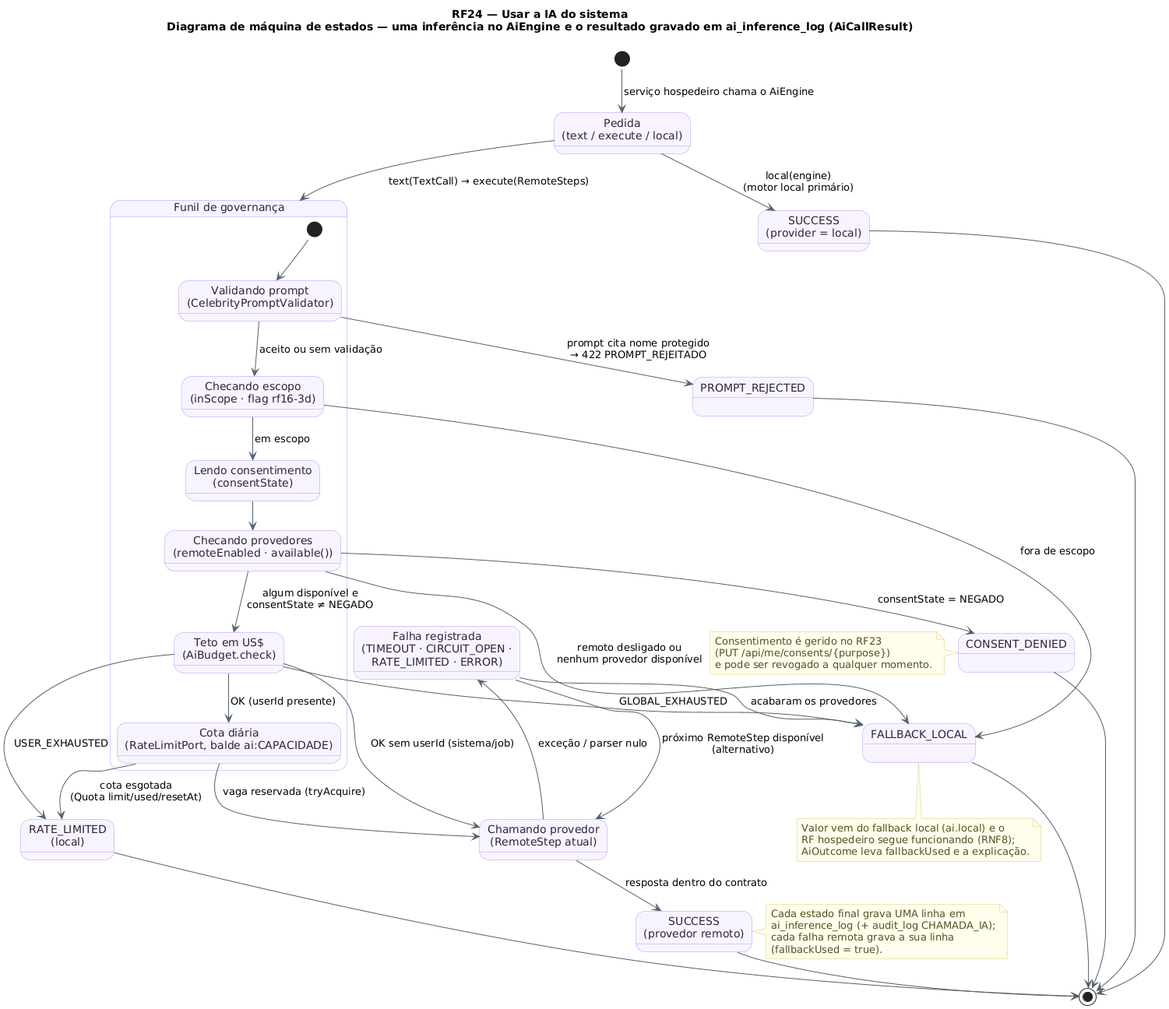
Above: docs/diagramas/RF24/RF24_MaquinaDeEstados_Inferencia.png in MatheusHaliski/tcc-2026-fashion-ai-backend (PlantUML), before the change.
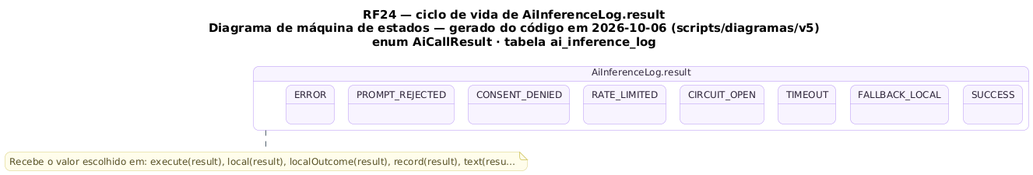
After the commit.

The edit, as a diff of the source:
```diff
@@ -1,81 +1,37 @@
 @startuml RF24_MaquinaDeEstados_Inferencia
 !pragma layout smetana
-!pragma layout smetana
-title RF24 — Usar a IA do sistema\nDiagrama de máquina de estados — uma inferência no AiEngine e o resultado gravado em ai_inference_log (AiCallResult)
 skinparam backgroundColor #FFFFFF
-skinparam state {
-  BackgroundColor #F8F4FF
-  BorderColor #B695F5
-  FontColor #2D2438
-  ArrowColor #52606D
-}
+skinparam shadowing false
+skinparam defaultFontName "DejaVu Sans"
+skinparam defaultFontSize 12
+skinparam titleFontSize 15
+skinparam roundcorner 14
+skinparam ArrowColor #52606D
 skinparam note {
   BackgroundColor #FFFDEB
   BorderColor #D8CE78
   FontColor #554F24
 }
-state "Pedida\n(text / execute / local)" as Pedida
-state "Funil de governança" as Funil {
-  state "Validando prompt\n(CelebrityPromptValidator)" as Prompt
-  state "Checando escopo\n(inScope · flag rf16-3d)" as Escopo
-  state "Lendo consentimento\n(consentState)" as Consent
-  state "Checando provedores\n(remoteEnabled · available())" as Disp
-  state "Teto em US$\n(AiBudget.check)" as Teto
-  state "Cota diária\n(RateLimitPort, balde ai:CAPACIDADE)" as Cota
-  [*] --> Prompt
-  Prompt --> Escopo : aceito ou sem validação
-  Escopo --> Consent : em escopo
-  Consent --> Disp
-  Disp --> Teto : algum disponível e\nconsentState ≠ NEGADO
-  Teto --> Cota : OK (userId presente)
+skinparam state {
+  BackgroundColor #F8F4FF
+  BorderColor #B695F5
+  FontColor #2D2438
+  StartColor #20A77A
+  EndColor #4B5563
 }
-state "Chamando provedor\n(RemoteStep atual)" as Remoto
-state "Falha registrada\n(TIMEOUT · CIRCUIT_OPEN ·\nRATE_LIMITED · ERROR)" as Falha
-state "PROMPT_REJECTED" as PR
-state "CONSENT_DENIED" as CD
-state "RATE_LIMITED\n(local)" as RL
-state "FALLBACK_LOCAL" as FL
-state "SUCCESS\n(provedor remoto)" as OK
-state "SUCCESS\n(provider = local)" as OKL
+title RF24 — ciclo de vida de AiInferenceLog.result\nDiagrama de máquina de estados — gerado do código em 2026-10-06 (scripts/diagramas/v5)\nenum AiCallResult · tabela ai_inference_log
 
-[*] --> Pedida : serviço hospedeiro chama o AiEngine
-Pedida --> OKL : local(engine)\n(motor local primário)
-Pedida --> Funil : text(TextCall) → execute(RemoteSteps)
-Prompt --> PR : prompt cita nome protegido\n→ 422 PROMPT_REJEITADO
-Escopo --> FL : fora de escopo
-Disp --> FL : remoto desligado ou\nnenhum provedor disponível
-Disp --> CD : consentState = NEGADO
-Teto --> RL : USER_EXHAUSTED
-Teto --> FL : GLOBAL_EXHAUSTED
-Teto --> Remoto : OK sem userId (sistema/job)
-Cota --> RL : cota esgotada\n(Quota limit/used/resetAt)
-Cota --> Remoto : vaga reservada (tryAcquire)
-Remoto --> OK : resposta dentro do contrato
-Remoto --> Falha : exceção / parser nulo
-Falha --> Remoto : próximo RemoteStep disponível\n(alternativo)
-Falha --> FL : acabaram os provedores
-
-OK --> [*]
-OKL --> [*]
-FL --> [*]
-CD --> [*]
-RL --> [*]
-PR --> [*]
-
-note right of OK
-  Cada estado final grava UMA linha em
-  ai_inference_log (+ audit_log CHAMADA_IA);
-  cada falha remota grava a sua linha
-  (fallbackUsed = true).
-end note
-note bottom of FL
-  Valor vem do fallback local (ai.local) e o
-  RF hospedeiro segue funcionando (RNF8);
-  AiOutcome leva fallbackUsed e a explicação.
-end note
-note left of CD
-  Consentimento é gerido no RF23
-  (PUT /api/me/consents/{purpose})
-  e pode ser revogado a qualquer momento.
+state "AiInferenceLog.result" as Ciclo_AiInferenceLog {
+  state Ciclo_AiInferenceLog_SUCCESS as "SUCCESS"
+  state Ciclo_AiInferenceLog_FALLBACK_LOCAL as "FALLBACK_LOCAL"
+  state Ciclo_AiInferenceLog_TIMEOUT as "TIMEOUT"
+  state Ciclo_AiInferenceLog_CIRCUIT_OPEN as "CIRCUIT_OPEN"
+  state Ciclo_AiInferenceLog_RATE_LIMITED as "RATE_LIMITED"
+  state Ciclo_AiInferenceLog_CONSENT_DENIED as "CONSENT_DENIED"
+  state Ciclo_AiInferenceLog_PROMPT_REJECTED as "PROMPT_REJECTED"
+  state Ciclo_AiInferenceLog_ERROR as "ERROR"
+}
+note bottom of Ciclo_AiInferenceLog
+  Recebe o valor escolhido em: execute(result), local(result), localOutcome(result), record(result), text(resu…
 end note
 @enduml
```
